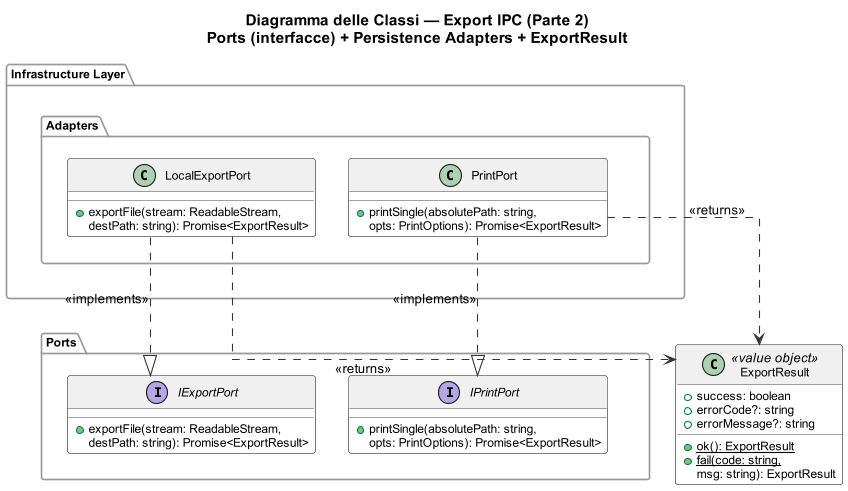
This is out/3_PB/DocumentiEsterni/DiagrammiSpecificaTecnica/C4/C4_backend_Export/Export_IPC_Part2.png from 7-ZPUs/Docs, a PlantUML export, as it was before one commit. Its diagram source:
```plantuml
@startuml Export_IPC_Part2
scale 0.7
title Diagramma delle Classi — Export IPC (Parte 2)\nPorts (interfacce) + Persistence Adapters + ExportResult

skinparam linetype ortho
skinparam nodesep 30
skinparam ranksep 40
top to bottom direction
skinparam groupInheritance 2
skinparam pageMargin 10
skinparam dpi 150

skinparam defaultFontSize 12
skinparam defaultFontName Arial

skinparam class {
    BackgroundColor White
    BorderColor #555555
    ArrowColor #333333
    FontSize 12
    HeaderBackgroundColor #F0F0F0
    AttributeFontSize 11
}

skinparam interface {
    BackgroundColor #FFFDE7
    BorderColor #F9A825
    FontSize 12
}

skinparam package {
    FontSize 11
    BorderColor #999999
}

package "Ports" as ports{
    interface IExportPort {
        + exportFile(stream: ReadableStream,
        destPath: string): Promise<ExportResult>
    }

    interface IPrintPort {
        + printSingle(absolutePath: string,
        opts: PrintOptions): Promise<ExportResult>
    }
}

package "Infrastructure Layer" as ipc  {
    package "Adapters" as persist {
        class LocalExportPort {
            + exportFile(stream: ReadableStream,
            destPath: string): Promise<ExportResult>
        }

        class PrintPort {
            + printSingle(absolutePath: string,
            opts: PrintOptions): Promise<ExportResult>
        }
    }
}



class ExportResult <<value object>> {
    + success: boolean
    + errorCode?: string
    + errorMessage?: string
    + {static} ok(): ExportResult
    + {static} fail(code: string,
    msg: string): ExportResult
}

ports -[hidden]down-> persist

LocalExportPort ..|> IExportPort : <<implements>>
PrintPort       ..|> IPrintPort : <<implements>>

LocalExportPort ..> ExportResult : <<returns>>
PrintPort       ..> ExportResult : <<returns>>

@enduml
```
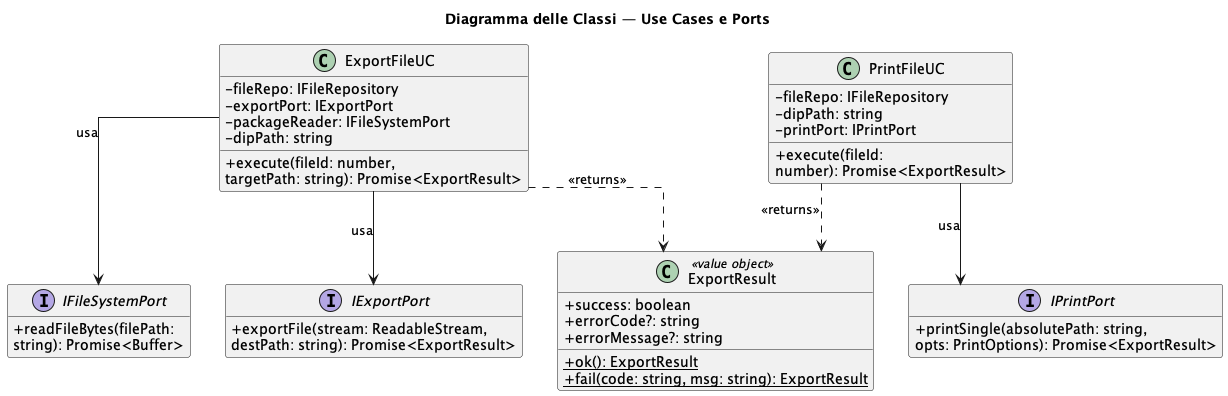
Above is the later version.

Diff of the diagram source:
```diff
@@ -1,81 +1,47 @@
 @startuml Export_IPC_Part2
-scale 0.7
-title Diagramma delle Classi — Export IPC (Parte 2)\nPorts (interfacce) + Persistence Adapters + ExportResult
+title Diagramma delle Classi — Use Cases e Ports
+skinparam classAttributeIconSize 0
+skinparam linetype ortho
+hide empty members
 
-skinparam linetype ortho
-skinparam nodesep 30
-skinparam ranksep 40
-top to bottom direction
-skinparam groupInheritance 2
-skinparam pageMargin 10
-skinparam dpi 150
-
-skinparam defaultFontSize 12
-skinparam defaultFontName Arial
-
-skinparam class {
-    BackgroundColor White
-    BorderColor #555555
-    ArrowColor #333333
-    FontSize 12
-    HeaderBackgroundColor #F0F0F0
-    AttributeFontSize 11
+class ExportFileUC {
+    - fileRepo: IFileRepository
+    - exportPort: IExportPort
+    - packageReader: IFileSystemPort
+    - dipPath: string
+    + execute(fileId: number,
+    targetPath: string): Promise<ExportResult>
 }
-
-skinparam interface {
-    BackgroundColor #FFFDE7
-    BorderColor #F9A825
-    FontSize 12
+class PrintFileUC {
+    - fileRepo: IFileRepository
+    - dipPath: string
+    - printPort: IPrintPort
+    + execute(fileId:
+    number): Promise<ExportResult>
 }
-
-skinparam package {
-    FontSize 11
-    BorderColor #999999
+interface IFileSystemPort {
+    + readFileBytes(filePath:
+     string): Promise<Buffer>
 }
-
-package "Ports" as ports{
-    interface IExportPort {
-        + exportFile(stream: ReadableStream,
-        destPath: string): Promise<ExportResult>
-    }
-
-    interface IPrintPort {
-        + printSingle(absolutePath: string,
-        opts: PrintOptions): Promise<ExportResult>
-    }
+interface IExportPort {
+    + exportFile(stream: ReadableStream,
+     destPath: string): Promise<ExportResult>
 }
-
-package "Infrastructure Layer" as ipc  {
-    package "Adapters" as persist {
-        class LocalExportPort {
-            + exportFile(stream: ReadableStream,
-            destPath: string): Promise<ExportResult>
-        }
-
-        class PrintPort {
-            + printSingle(absolutePath: string,
-            opts: PrintOptions): Promise<ExportResult>
-        }
-    }
+interface IPrintPort {
+    + printSingle(absolutePath: string,
+    opts: PrintOptions): Promise<ExportResult>
 }
-
-
-
 class ExportResult <<value object>> {
     + success: boolean
     + errorCode?: string
     + errorMessage?: string
     + {static} ok(): ExportResult
-    + {static} fail(code: string,
-    msg: string): ExportResult
+    + {static} fail(code: string, msg: string): ExportResult
 }
 
-ports -[hidden]down-> persist
-
-LocalExportPort ..|> IExportPort : <<implements>>
-PrintPort       ..|> IPrintPort : <<implements>>
-
-LocalExportPort ..> ExportResult : <<returns>>
-PrintPort       ..> ExportResult : <<returns>>
-
+ExportFileUC --> IFileSystemPort : usa
+ExportFileUC --> IExportPort     : usa
+PrintFileUC  --> IPrintPort      : usa
+ExportFileUC ..> ExportResult : <<returns>>
+PrintFileUC  ..> ExportResult : <<returns>>
 @enduml
```
